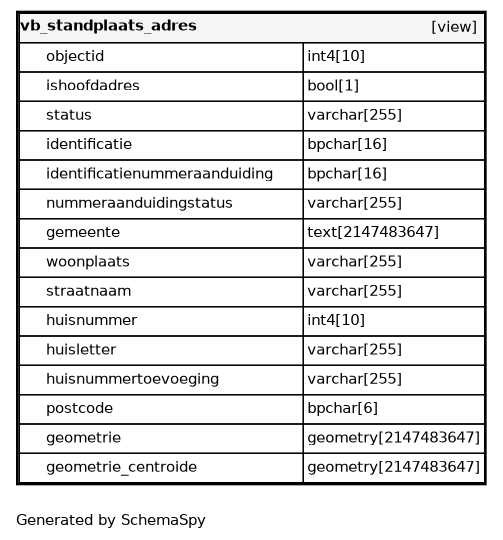
The Graphviz diagram datamodel/schemaspy/bag/diagrams/tables/vb_standplaats_adres.1degree.png in B3Partners/brmo, before a commit. Its source is kept beside it as datamodel/schemaspy/bag/diagrams/tables/vb_standplaats_adres.1degree.dot. Its diagram source:
```dot
digraph "oneDegreeRelationshipsDiagram" {
  graph [    rankdir="RL"    bgcolor="#ffffff"    label="\nGenerated by SchemaSpy"    labeljust="l"    nodesep="0.18"    ranksep="0.46"    fontname="Helvetica"    fontsize="11"    ration="compress"  ];  node [    fontname="Helvetica"    fontsize="11"    shape="plaintext"  ];  edge [    arrowsize="0.8"  ];
  "vb_standplaats_adres" [
   label=<
    <TABLE BORDER="2" CELLBORDER="1" CELLSPACING="0" BGCOLOR="#ffffff">
      <TR><TD COLSPAN="4"  BGCOLOR="#f5f5f5"><TABLE BORDER="0" CELLSPACING="0"><TR><TD ALIGN="LEFT" FIXEDSIZE="TRUE" WIDTH="128" HEIGHT="16"><B>vb_standplaats_adres</B></TD><TD ALIGN="RIGHT">[view]</TD></TR></TABLE></TD></TR>
      <TR><TD PORT="objectid" COLSPAN="2" ALIGN="LEFT"><TABLE BORDER="0" CELLSPACING="0" ALIGN="LEFT"><TR ALIGN="LEFT"><TD ALIGN="LEFT" FIXEDSIZE="TRUE" WIDTH="15" HEIGHT="16"></TD><TD ALIGN="LEFT" FIXEDSIZE="TRUE" WIDTH="192" HEIGHT="16">objectid</TD></TR></TABLE></TD><TD PORT="objectid.type" ALIGN="LEFT">int4[10]</TD></TR>
      <TR><TD PORT="ishoofdadres" COLSPAN="2" ALIGN="LEFT"><TABLE BORDER="0" CELLSPACING="0" ALIGN="LEFT"><TR ALIGN="LEFT"><TD ALIGN="LEFT" FIXEDSIZE="TRUE" WIDTH="15" HEIGHT="16"></TD><TD ALIGN="LEFT" FIXEDSIZE="TRUE" WIDTH="192" HEIGHT="16">ishoofdadres</TD></TR></TABLE></TD><TD PORT="ishoofdadres.type" ALIGN="LEFT">bool[1]</TD></TR>
      <TR><TD PORT="status" COLSPAN="2" ALIGN="LEFT"><TABLE BORDER="0" CELLSPACING="0" ALIGN="LEFT"><TR ALIGN="LEFT"><TD ALIGN="LEFT" FIXEDSIZE="TRUE" WIDTH="15" HEIGHT="16"></TD><TD ALIGN="LEFT" FIXEDSIZE="TRUE" WIDTH="192" HEIGHT="16">status</TD></TR></TABLE></TD><TD PORT="status.type" ALIGN="LEFT">varchar[255]</TD></TR>
      <TR><TD PORT="identificatie" COLSPAN="2" ALIGN="LEFT"><TABLE BORDER="0" CELLSPACING="0" ALIGN="LEFT"><TR ALIGN="LEFT"><TD ALIGN="LEFT" FIXEDSIZE="TRUE" WIDTH="15" HEIGHT="16"></TD><TD ALIGN="LEFT" FIXEDSIZE="TRUE" WIDTH="192" HEIGHT="16">identificatie</TD></TR></TABLE></TD><TD PORT="identificatie.type" ALIGN="LEFT">bpchar[16]</TD></TR>
      <TR><TD PORT="identificatienummeraanduiding" COLSPAN="2" ALIGN="LEFT"><TABLE BORDER="0" CELLSPACING="0" ALIGN="LEFT"><TR ALIGN="LEFT"><TD ALIGN="LEFT" FIXEDSIZE="TRUE" WIDTH="15" HEIGHT="16"></TD><TD ALIGN="LEFT" FIXEDSIZE="TRUE" WIDTH="192" HEIGHT="16">identificatienummeraanduiding</TD></TR></TABLE></TD><TD PORT="identificatienummeraanduiding.type" ALIGN="LEFT">bpchar[16]</TD></TR>
      <TR><TD PORT="nummeraanduidingstatus" COLSPAN="2" ALIGN="LEFT"><TABLE BORDER="0" CELLSPACING="0" ALIGN="LEFT"><TR ALIGN="LEFT"><TD ALIGN="LEFT" FIXEDSIZE="TRUE" WIDTH="15" HEIGHT="16"></TD><TD ALIGN="LEFT" FIXEDSIZE="TRUE" WIDTH="192" HEIGHT="16">nummeraanduidingstatus</TD></TR></TABLE></TD><TD PORT="nummeraanduidingstatus.type" ALIGN="LEFT">varchar[255]</TD></TR>
      <TR><TD PORT="gemeente" COLSPAN="2" ALIGN="LEFT"><TABLE BORDER="0" CELLSPACING="0" ALIGN="LEFT"><TR ALIGN="LEFT"><TD ALIGN="LEFT" FIXEDSIZE="TRUE" WIDTH="15" HEIGHT="16"></TD><TD ALIGN="LEFT" FIXEDSIZE="TRUE" WIDTH="192" HEIGHT="16">gemeente</TD></TR></TABLE></TD><TD PORT="gemeente.type" ALIGN="LEFT">text[2147483647]</TD></TR>
      <TR><TD PORT="woonplaats" COLSPAN="2" ALIGN="LEFT"><TABLE BORDER="0" CELLSPACING="0" ALIGN="LEFT"><TR ALIGN="LEFT"><TD ALIGN="LEFT" FIXEDSIZE="TRUE" WIDTH="15" HEIGHT="16"></TD><TD ALIGN="LEFT" FIXEDSIZE="TRUE" WIDTH="192" HEIGHT="16">woonplaats</TD></TR></TABLE></TD><TD PORT="woonplaats.type" ALIGN="LEFT">varchar[255]</TD></TR>
      <TR><TD PORT="straatnaam" COLSPAN="2" ALIGN="LEFT"><TABLE BORDER="0" CELLSPACING="0" ALIGN="LEFT"><TR ALIGN="LEFT"><TD ALIGN="LEFT" FIXEDSIZE="TRUE" WIDTH="15" HEIGHT="16"></TD><TD ALIGN="LEFT" FIXEDSIZE="TRUE" WIDTH="192" HEIGHT="16">straatnaam</TD></TR></TABLE></TD><TD PORT="straatnaam.type" ALIGN="LEFT">varchar[255]</TD></TR>
      <TR><TD PORT="huisnummer" COLSPAN="2" ALIGN="LEFT"><TABLE BORDER="0" CELLSPACING="0" ALIGN="LEFT"><TR ALIGN="LEFT"><TD ALIGN="LEFT" FIXEDSIZE="TRUE" WIDTH="15" HEIGHT="16"></TD><TD ALIGN="LEFT" FIXEDSIZE="TRUE" WIDTH="192" HEIGHT="16">huisnummer</TD></TR></TABLE></TD><TD PORT="huisnummer.type" ALIGN="LEFT">int4[10]</TD></TR>
      <TR><TD PORT="huisletter" COLSPAN="2" ALIGN="LEFT"><TABLE BORDER="0" CELLSPACING="0" ALIGN="LEFT"><TR ALIGN="LEFT"><TD ALIGN="LEFT" FIXEDSIZE="TRUE" WIDTH="15" HEIGHT="16"></TD><TD ALIGN="LEFT" FIXEDSIZE="TRUE" WIDTH="192" HEIGHT="16">huisletter</TD></TR></TABLE></TD><TD PORT="huisletter.type" ALIGN="LEFT">varchar[255]</TD></TR>
      <TR><TD PORT="huisnummertoevoeging" COLSPAN="2" ALIGN="LEFT"><TABLE BORDER="0" CELLSPACING="0" ALIGN="LEFT"><TR ALIGN="LEFT"><TD ALIGN="LEFT" FIXEDSIZE="TRUE" WIDTH="15" HEIGHT="16"></TD><TD ALIGN="LEFT" FIXEDSIZE="TRUE" WIDTH="192" HEIGHT="16">huisnummertoevoeging</TD></TR></TABLE></TD><TD PORT="huisnummertoevoeging.type" ALIGN="LEFT">varchar[255]</TD></TR>
      <TR><TD PORT="postcode" COLSPAN="2" ALIGN="LEFT"><TABLE BORDER="0" CELLSPACING="0" ALIGN="LEFT"><TR ALIGN="LEFT"><TD ALIGN="LEFT" FIXEDSIZE="TRUE" WIDTH="15" HEIGHT="16"></TD><TD ALIGN="LEFT" FIXEDSIZE="TRUE" WIDTH="192" HEIGHT="16">postcode</TD></TR></TABLE></TD><TD PORT="postcode.type" ALIGN="LEFT">bpchar[6]</TD></TR>
      <TR><TD PORT="geometrie" COLSPAN="2" ALIGN="LEFT"><TABLE BORDER="0" CELLSPACING="0" ALIGN="LEFT"><TR ALIGN="LEFT"><TD ALIGN="LEFT" FIXEDSIZE="TRUE" WIDTH="15" HEIGHT="16"></TD><TD ALIGN="LEFT" FIXEDSIZE="TRUE" WIDTH="192" HEIGHT="16">geometrie</TD></TR></TABLE></TD><TD PORT="geometrie.type" ALIGN="LEFT">geometry[2147483647]</TD></TR>
      <TR><TD PORT="geometrie_centroide" COLSPAN="2" ALIGN="LEFT"><TABLE BORDER="0" CELLSPACING="0" ALIGN="LEFT"><TR ALIGN="LEFT"><TD ALIGN="LEFT" FIXEDSIZE="TRUE" WIDTH="15" HEIGHT="16"></TD><TD ALIGN="LEFT" FIXEDSIZE="TRUE" WIDTH="192" HEIGHT="16">geometrie_centroide</TD></TR></TABLE></TD><TD PORT="geometrie_centroide.type" ALIGN="LEFT">geometry[2147483647]</TD></TR>
    </TABLE>>
    URL="vb_standplaats_adres.html"
    target="_top"
    tooltip="vb_standplaats_adres"
  ];
}
```
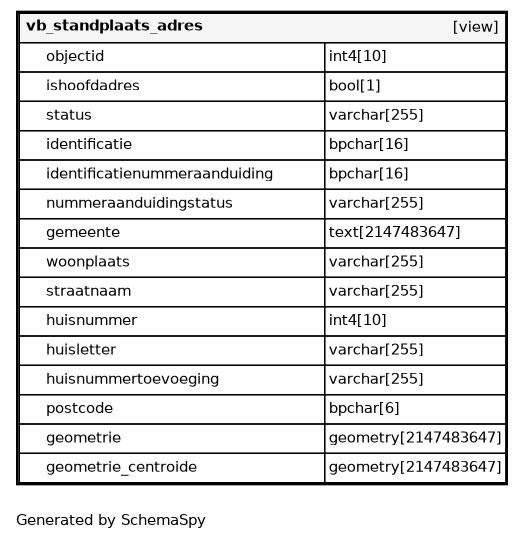
After the commit.

Diff of the diagram source:
```diff
@@ -1,24 +1,24 @@
 digraph "oneDegreeRelationshipsDiagram" {
-  graph [    rankdir="RL"    bgcolor="#ffffff"    label="\nGenerated by SchemaSpy"    labeljust="l"    nodesep="0.18"    ranksep="0.46"    fontname="Helvetica"    fontsize="11"    ration="compress"  ];  node [    fontname="Helvetica"    fontsize="11"    shape="plaintext"  ];  edge [    arrowsize="0.8"  ];
+  graph [    rankdir="RL"    bgcolor="#ffffff"    label="\nGenerated by SchemaSpy"    labeljust="l"    nodesep="0.18"    ranksep="0.46"    fontname="Helvetica"    fontsize="11"    packmode="graph"  ];  node [    fontname="Helvetica"    fontsize="11"    shape="plaintext"  ];  edge [    arrowsize="0.8"  ];
   "vb_standplaats_adres" [
    label=<
     <TABLE BORDER="2" CELLBORDER="1" CELLSPACING="0" BGCOLOR="#ffffff">
-      <TR><TD COLSPAN="4"  BGCOLOR="#f5f5f5"><TABLE BORDER="0" CELLSPACING="0"><TR><TD ALIGN="LEFT" FIXEDSIZE="TRUE" WIDTH="128" HEIGHT="16"><B>vb_standplaats_adres</B></TD><TD ALIGN="RIGHT">[view]</TD></TR></TABLE></TD></TR>
-      <TR><TD PORT="objectid" COLSPAN="2" ALIGN="LEFT"><TABLE BORDER="0" CELLSPACING="0" ALIGN="LEFT"><TR ALIGN="LEFT"><TD ALIGN="LEFT" FIXEDSIZE="TRUE" WIDTH="15" HEIGHT="16"></TD><TD ALIGN="LEFT" FIXEDSIZE="TRUE" WIDTH="192" HEIGHT="16">objectid</TD></TR></TABLE></TD><TD PORT="objectid.type" ALIGN="LEFT">int4[10]</TD></TR>
-      <TR><TD PORT="ishoofdadres" COLSPAN="2" ALIGN="LEFT"><TABLE BORDER="0" CELLSPACING="0" ALIGN="LEFT"><TR ALIGN="LEFT"><TD ALIGN="LEFT" FIXEDSIZE="TRUE" WIDTH="15" HEIGHT="16"></TD><TD ALIGN="LEFT" FIXEDSIZE="TRUE" WIDTH="192" HEIGHT="16">ishoofdadres</TD></TR></TABLE></TD><TD PORT="ishoofdadres.type" ALIGN="LEFT">bool[1]</TD></TR>
-      <TR><TD PORT="status" COLSPAN="2" ALIGN="LEFT"><TABLE BORDER="0" CELLSPACING="0" ALIGN="LEFT"><TR ALIGN="LEFT"><TD ALIGN="LEFT" FIXEDSIZE="TRUE" WIDTH="15" HEIGHT="16"></TD><TD ALIGN="LEFT" FIXEDSIZE="TRUE" WIDTH="192" HEIGHT="16">status</TD></TR></TABLE></TD><TD PORT="status.type" ALIGN="LEFT">varchar[255]</TD></TR>
-      <TR><TD PORT="identificatie" COLSPAN="2" ALIGN="LEFT"><TABLE BORDER="0" CELLSPACING="0" ALIGN="LEFT"><TR ALIGN="LEFT"><TD ALIGN="LEFT" FIXEDSIZE="TRUE" WIDTH="15" HEIGHT="16"></TD><TD ALIGN="LEFT" FIXEDSIZE="TRUE" WIDTH="192" HEIGHT="16">identificatie</TD></TR></TABLE></TD><TD PORT="identificatie.type" ALIGN="LEFT">bpchar[16]</TD></TR>
-      <TR><TD PORT="identificatienummeraanduiding" COLSPAN="2" ALIGN="LEFT"><TABLE BORDER="0" CELLSPACING="0" ALIGN="LEFT"><TR ALIGN="LEFT"><TD ALIGN="LEFT" FIXEDSIZE="TRUE" WIDTH="15" HEIGHT="16"></TD><TD ALIGN="LEFT" FIXEDSIZE="TRUE" WIDTH="192" HEIGHT="16">identificatienummeraanduiding</TD></TR></TABLE></TD><TD PORT="identificatienummeraanduiding.type" ALIGN="LEFT">bpchar[16]</TD></TR>
-      <TR><TD PORT="nummeraanduidingstatus" COLSPAN="2" ALIGN="LEFT"><TABLE BORDER="0" CELLSPACING="0" ALIGN="LEFT"><TR ALIGN="LEFT"><TD ALIGN="LEFT" FIXEDSIZE="TRUE" WIDTH="15" HEIGHT="16"></TD><TD ALIGN="LEFT" FIXEDSIZE="TRUE" WIDTH="192" HEIGHT="16">nummeraanduidingstatus</TD></TR></TABLE></TD><TD PORT="nummeraanduidingstatus.type" ALIGN="LEFT">varchar[255]</TD></TR>
-      <TR><TD PORT="gemeente" COLSPAN="2" ALIGN="LEFT"><TABLE BORDER="0" CELLSPACING="0" ALIGN="LEFT"><TR ALIGN="LEFT"><TD ALIGN="LEFT" FIXEDSIZE="TRUE" WIDTH="15" HEIGHT="16"></TD><TD ALIGN="LEFT" FIXEDSIZE="TRUE" WIDTH="192" HEIGHT="16">gemeente</TD></TR></TABLE></TD><TD PORT="gemeente.type" ALIGN="LEFT">text[2147483647]</TD></TR>
-      <TR><TD PORT="woonplaats" COLSPAN="2" ALIGN="LEFT"><TABLE BORDER="0" CELLSPACING="0" ALIGN="LEFT"><TR ALIGN="LEFT"><TD ALIGN="LEFT" FIXEDSIZE="TRUE" WIDTH="15" HEIGHT="16"></TD><TD ALIGN="LEFT" FIXEDSIZE="TRUE" WIDTH="192" HEIGHT="16">woonplaats</TD></TR></TABLE></TD><TD PORT="woonplaats.type" ALIGN="LEFT">varchar[255]</TD></TR>
-      <TR><TD PORT="straatnaam" COLSPAN="2" ALIGN="LEFT"><TABLE BORDER="0" CELLSPACING="0" ALIGN="LEFT"><TR ALIGN="LEFT"><TD ALIGN="LEFT" FIXEDSIZE="TRUE" WIDTH="15" HEIGHT="16"></TD><TD ALIGN="LEFT" FIXEDSIZE="TRUE" WIDTH="192" HEIGHT="16">straatnaam</TD></TR></TABLE></TD><TD PORT="straatnaam.type" ALIGN="LEFT">varchar[255]</TD></TR>
-      <TR><TD PORT="huisnummer" COLSPAN="2" ALIGN="LEFT"><TABLE BORDER="0" CELLSPACING="0" ALIGN="LEFT"><TR ALIGN="LEFT"><TD ALIGN="LEFT" FIXEDSIZE="TRUE" WIDTH="15" HEIGHT="16"></TD><TD ALIGN="LEFT" FIXEDSIZE="TRUE" WIDTH="192" HEIGHT="16">huisnummer</TD></TR></TABLE></TD><TD PORT="huisnummer.type" ALIGN="LEFT">int4[10]</TD></TR>
-      <TR><TD PORT="huisletter" COLSPAN="2" ALIGN="LEFT"><TABLE BORDER="0" CELLSPACING="0" ALIGN="LEFT"><TR ALIGN="LEFT"><TD ALIGN="LEFT" FIXEDSIZE="TRUE" WIDTH="15" HEIGHT="16"></TD><TD ALIGN="LEFT" FIXEDSIZE="TRUE" WIDTH="192" HEIGHT="16">huisletter</TD></TR></TABLE></TD><TD PORT="huisletter.type" ALIGN="LEFT">varchar[255]</TD></TR>
-      <TR><TD PORT="huisnummertoevoeging" COLSPAN="2" ALIGN="LEFT"><TABLE BORDER="0" CELLSPACING="0" ALIGN="LEFT"><TR ALIGN="LEFT"><TD ALIGN="LEFT" FIXEDSIZE="TRUE" WIDTH="15" HEIGHT="16"></TD><TD ALIGN="LEFT" FIXEDSIZE="TRUE" WIDTH="192" HEIGHT="16">huisnummertoevoeging</TD></TR></TABLE></TD><TD PORT="huisnummertoevoeging.type" ALIGN="LEFT">varchar[255]</TD></TR>
-      <TR><TD PORT="postcode" COLSPAN="2" ALIGN="LEFT"><TABLE BORDER="0" CELLSPACING="0" ALIGN="LEFT"><TR ALIGN="LEFT"><TD ALIGN="LEFT" FIXEDSIZE="TRUE" WIDTH="15" HEIGHT="16"></TD><TD ALIGN="LEFT" FIXEDSIZE="TRUE" WIDTH="192" HEIGHT="16">postcode</TD></TR></TABLE></TD><TD PORT="postcode.type" ALIGN="LEFT">bpchar[6]</TD></TR>
-      <TR><TD PORT="geometrie" COLSPAN="2" ALIGN="LEFT"><TABLE BORDER="0" CELLSPACING="0" ALIGN="LEFT"><TR ALIGN="LEFT"><TD ALIGN="LEFT" FIXEDSIZE="TRUE" WIDTH="15" HEIGHT="16"></TD><TD ALIGN="LEFT" FIXEDSIZE="TRUE" WIDTH="192" HEIGHT="16">geometrie</TD></TR></TABLE></TD><TD PORT="geometrie.type" ALIGN="LEFT">geometry[2147483647]</TD></TR>
-      <TR><TD PORT="geometrie_centroide" COLSPAN="2" ALIGN="LEFT"><TABLE BORDER="0" CELLSPACING="0" ALIGN="LEFT"><TR ALIGN="LEFT"><TD ALIGN="LEFT" FIXEDSIZE="TRUE" WIDTH="15" HEIGHT="16"></TD><TD ALIGN="LEFT" FIXEDSIZE="TRUE" WIDTH="192" HEIGHT="16">geometrie_centroide</TD></TR></TABLE></TD><TD PORT="geometrie_centroide.type" ALIGN="LEFT">geometry[2147483647]</TD></TR>
+      <TR><TD COLSPAN="4"  BGCOLOR="#f5f5f5"><TABLE BORDER="0" CELLSPACING="0"><TR><TD ALIGN="LEFT" FIXEDSIZE="TRUE" WIDTH="139" HEIGHT="16"><B>vb_standplaats_adres</B></TD><TD ALIGN="RIGHT">[view]</TD></TR></TABLE></TD></TR>
+      <TR><TD PORT="objectid" COLSPAN="2" ALIGN="LEFT"><TABLE BORDER="0" CELLSPACING="0" ALIGN="LEFT"><TR ALIGN="LEFT"><TD ALIGN="LEFT" FIXEDSIZE="TRUE" WIDTH="15" HEIGHT="16"></TD><TD ALIGN="LEFT" FIXEDSIZE="TRUE" WIDTH="208" HEIGHT="16">objectid</TD></TR></TABLE></TD><TD PORT="objectid.type" ALIGN="LEFT">int4[10]</TD></TR>
+      <TR><TD PORT="ishoofdadres" COLSPAN="2" ALIGN="LEFT"><TABLE BORDER="0" CELLSPACING="0" ALIGN="LEFT"><TR ALIGN="LEFT"><TD ALIGN="LEFT" FIXEDSIZE="TRUE" WIDTH="15" HEIGHT="16"></TD><TD ALIGN="LEFT" FIXEDSIZE="TRUE" WIDTH="208" HEIGHT="16">ishoofdadres</TD></TR></TABLE></TD><TD PORT="ishoofdadres.type" ALIGN="LEFT">bool[1]</TD></TR>
+      <TR><TD PORT="status" COLSPAN="2" ALIGN="LEFT"><TABLE BORDER="0" CELLSPACING="0" ALIGN="LEFT"><TR ALIGN="LEFT"><TD ALIGN="LEFT" FIXEDSIZE="TRUE" WIDTH="15" HEIGHT="16"></TD><TD ALIGN="LEFT" FIXEDSIZE="TRUE" WIDTH="208" HEIGHT="16">status</TD></TR></TABLE></TD><TD PORT="status.type" ALIGN="LEFT">varchar[255]</TD></TR>
+      <TR><TD PORT="identificatie" COLSPAN="2" ALIGN="LEFT"><TABLE BORDER="0" CELLSPACING="0" ALIGN="LEFT"><TR ALIGN="LEFT"><TD ALIGN="LEFT" FIXEDSIZE="TRUE" WIDTH="15" HEIGHT="16"></TD><TD ALIGN="LEFT" FIXEDSIZE="TRUE" WIDTH="208" HEIGHT="16">identificatie</TD></TR></TABLE></TD><TD PORT="identificatie.type" ALIGN="LEFT">bpchar[16]</TD></TR>
+      <TR><TD PORT="identificatienummeraanduiding" COLSPAN="2" ALIGN="LEFT"><TABLE BORDER="0" CELLSPACING="0" ALIGN="LEFT"><TR ALIGN="LEFT"><TD ALIGN="LEFT" FIXEDSIZE="TRUE" WIDTH="15" HEIGHT="16"></TD><TD ALIGN="LEFT" FIXEDSIZE="TRUE" WIDTH="208" HEIGHT="16">identificatienummeraanduiding</TD></TR></TABLE></TD><TD PORT="identificatienummeraanduiding.type" ALIGN="LEFT">bpchar[16]</TD></TR>
+      <TR><TD PORT="nummeraanduidingstatus" COLSPAN="2" ALIGN="LEFT"><TABLE BORDER="0" CELLSPACING="0" ALIGN="LEFT"><TR ALIGN="LEFT"><TD ALIGN="LEFT" FIXEDSIZE="TRUE" WIDTH="15" HEIGHT="16"></TD><TD ALIGN="LEFT" FIXEDSIZE="TRUE" WIDTH="208" HEIGHT="16">nummeraanduidingstatus</TD></TR></TABLE></TD><TD PORT="nummeraanduidingstatus.type" ALIGN="LEFT">varchar[255]</TD></TR>
+      <TR><TD PORT="gemeente" COLSPAN="2" ALIGN="LEFT"><TABLE BORDER="0" CELLSPACING="0" ALIGN="LEFT"><TR ALIGN="LEFT"><TD ALIGN="LEFT" FIXEDSIZE="TRUE" WIDTH="15" HEIGHT="16"></TD><TD ALIGN="LEFT" FIXEDSIZE="TRUE" WIDTH="208" HEIGHT="16">gemeente</TD></TR></TABLE></TD><TD PORT="gemeente.type" ALIGN="LEFT">text[2147483647]</TD></TR>
+      <TR><TD PORT="woonplaats" COLSPAN="2" ALIGN="LEFT"><TABLE BORDER="0" CELLSPACING="0" ALIGN="LEFT"><TR ALIGN="LEFT"><TD ALIGN="LEFT" FIXEDSIZE="TRUE" WIDTH="15" HEIGHT="16"></TD><TD ALIGN="LEFT" FIXEDSIZE="TRUE" WIDTH="208" HEIGHT="16">woonplaats</TD></TR></TABLE></TD><TD PORT="woonplaats.type" ALIGN="LEFT">varchar[255]</TD></TR>
+      <TR><TD PORT="straatnaam" COLSPAN="2" ALIGN="LEFT"><TABLE BORDER="0" CELLSPACING="0" ALIGN="LEFT"><TR ALIGN="LEFT"><TD ALIGN="LEFT" FIXEDSIZE="TRUE" WIDTH="15" HEIGHT="16"></TD><TD ALIGN="LEFT" FIXEDSIZE="TRUE" WIDTH="208" HEIGHT="16">straatnaam</TD></TR></TABLE></TD><TD PORT="straatnaam.type" ALIGN="LEFT">varchar[255]</TD></TR>
+      <TR><TD PORT="huisnummer" COLSPAN="2" ALIGN="LEFT"><TABLE BORDER="0" CELLSPACING="0" ALIGN="LEFT"><TR ALIGN="LEFT"><TD ALIGN="LEFT" FIXEDSIZE="TRUE" WIDTH="15" HEIGHT="16"></TD><TD ALIGN="LEFT" FIXEDSIZE="TRUE" WIDTH="208" HEIGHT="16">huisnummer</TD></TR></TABLE></TD><TD PORT="huisnummer.type" ALIGN="LEFT">int4[10]</TD></TR>
+      <TR><TD PORT="huisletter" COLSPAN="2" ALIGN="LEFT"><TABLE BORDER="0" CELLSPACING="0" ALIGN="LEFT"><TR ALIGN="LEFT"><TD ALIGN="LEFT" FIXEDSIZE="TRUE" WIDTH="15" HEIGHT="16"></TD><TD ALIGN="LEFT" FIXEDSIZE="TRUE" WIDTH="208" HEIGHT="16">huisletter</TD></TR></TABLE></TD><TD PORT="huisletter.type" ALIGN="LEFT">varchar[255]</TD></TR>
+      <TR><TD PORT="huisnummertoevoeging" COLSPAN="2" ALIGN="LEFT"><TABLE BORDER="0" CELLSPACING="0" ALIGN="LEFT"><TR ALIGN="LEFT"><TD ALIGN="LEFT" FIXEDSIZE="TRUE" WIDTH="15" HEIGHT="16"></TD><TD ALIGN="LEFT" FIXEDSIZE="TRUE" WIDTH="208" HEIGHT="16">huisnummertoevoeging</TD></TR></TABLE></TD><TD PORT="huisnummertoevoeging.type" ALIGN="LEFT">varchar[255]</TD></TR>
+      <TR><TD PORT="postcode" COLSPAN="2" ALIGN="LEFT"><TABLE BORDER="0" CELLSPACING="0" ALIGN="LEFT"><TR ALIGN="LEFT"><TD ALIGN="LEFT" FIXEDSIZE="TRUE" WIDTH="15" HEIGHT="16"></TD><TD ALIGN="LEFT" FIXEDSIZE="TRUE" WIDTH="208" HEIGHT="16">postcode</TD></TR></TABLE></TD><TD PORT="postcode.type" ALIGN="LEFT">bpchar[6]</TD></TR>
+      <TR><TD PORT="geometrie" COLSPAN="2" ALIGN="LEFT"><TABLE BORDER="0" CELLSPACING="0" ALIGN="LEFT"><TR ALIGN="LEFT"><TD ALIGN="LEFT" FIXEDSIZE="TRUE" WIDTH="15" HEIGHT="16"></TD><TD ALIGN="LEFT" FIXEDSIZE="TRUE" WIDTH="208" HEIGHT="16">geometrie</TD></TR></TABLE></TD><TD PORT="geometrie.type" ALIGN="LEFT">geometry[2147483647]</TD></TR>
+      <TR><TD PORT="geometrie_centroide" COLSPAN="2" ALIGN="LEFT"><TABLE BORDER="0" CELLSPACING="0" ALIGN="LEFT"><TR ALIGN="LEFT"><TD ALIGN="LEFT" FIXEDSIZE="TRUE" WIDTH="15" HEIGHT="16"></TD><TD ALIGN="LEFT" FIXEDSIZE="TRUE" WIDTH="208" HEIGHT="16">geometrie_centroide</TD></TR></TABLE></TD><TD PORT="geometrie_centroide.type" ALIGN="LEFT">geometry[2147483647]</TD></TR>
     </TABLE>>
     URL="vb_standplaats_adres.html"
     target="_top"
```
